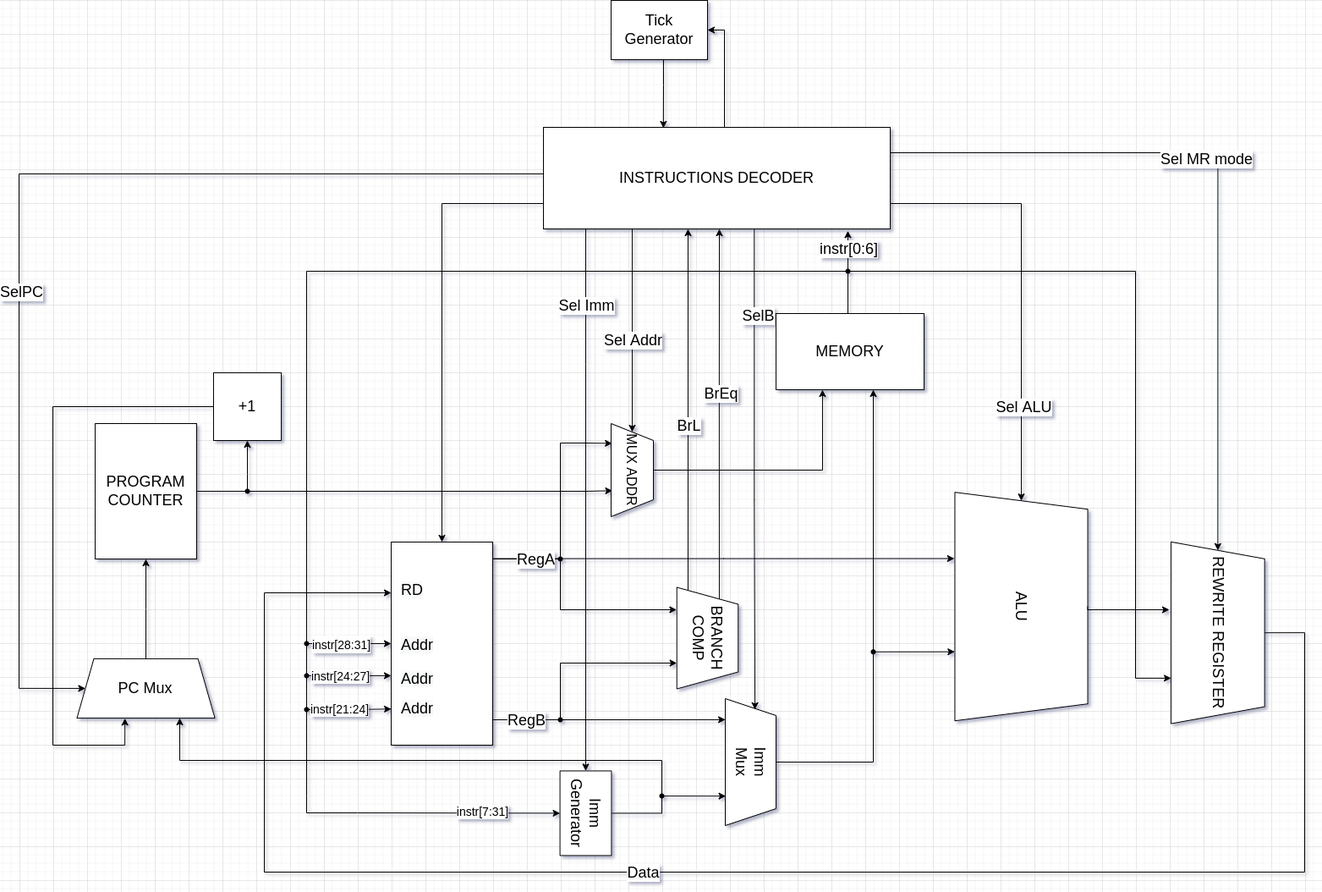
Earlier version of the draw.io export Scheme.png (rkrisanoff/risc-virtual-machine). Source tidied: cells renumbered, new cells last; positions are measured from the earlier drawing's top-left corner, leaving out a move shared by most shapes.
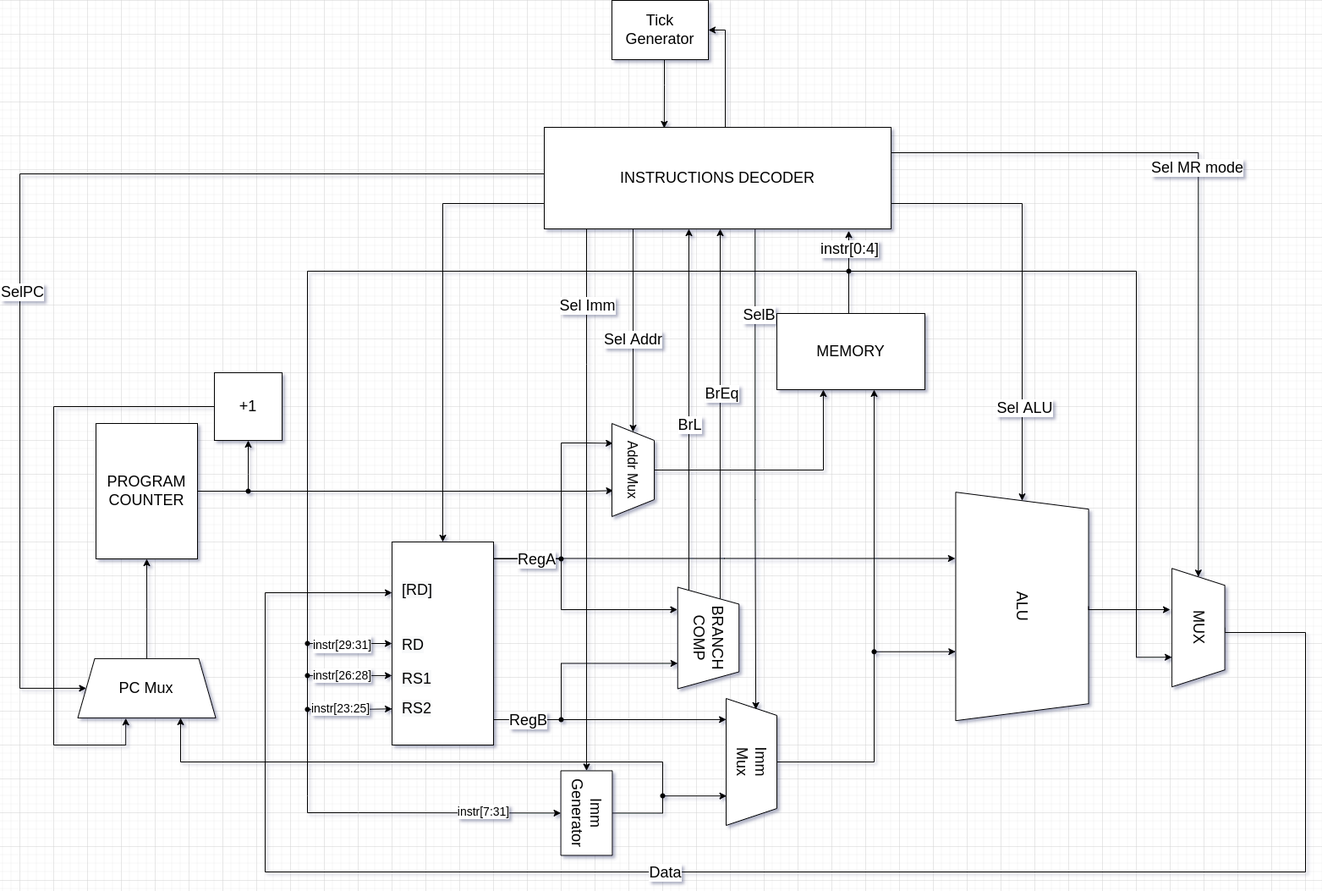
The same file after the commit.

Commit message:
fixed bites on scheme of datapath&control unit

What changed in the source:
```diff
@@ -7,9 +7,8 @@
         <mxPoint x="760" y="940" as="sourcePoint" />
         <mxPoint x="190" y="847.9" as="targetPoint" />
         <Array as="points">
-          <mxPoint x="760" y="938" />
-          <mxPoint x="760" y="898" />
-          <mxPoint x="190" y="898" />
+          <mxPoint x="760" y="900" />
+          <mxPoint x="190" y="900" />
         </Array>
       </mxGeometry>
     </mxCell>
@@ -159,7 +158,7 @@
     <mxCell id="29" style="edgeStyle=orthogonalEdgeStyle;rounded=0;jettySize=auto;html=1;fontSize=18;entryX=0;entryY=0.5;entryDx=0;entryDy=0;exitX=1;exitY=0.25;exitDx=0;exitDy=0;" parent="1" edge="1" source="19" target="31">
       <mxGeometry relative="1" as="geometry">
         <Array as="points">
-          <mxPoint x="1417" y="180" />
+          <mxPoint x="1393" y="180" />
         </Array>
       </mxGeometry>
     </mxCell>
@@ -168,8 +167,8 @@
         <mxPoint y="5" as="offset" />
       </mxGeometry>
     </mxCell>
-    <mxCell id="31" value="REWRITE REGISTER" style="shape=trapezoid;perimeter=trapezoidPerimeter;whiteSpace=wrap;html=1;fixedSize=1;fontSize=18;rotation=90;" parent="1" vertex="1">
-      <mxGeometry x="1310" y="691.9" width="214.7" height="110.6" as="geometry" />
+    <mxCell id="31" value="MUX" style="shape=trapezoid;perimeter=trapezoidPerimeter;whiteSpace=wrap;html=1;fixedSize=1;fontSize=18;rotation=90;" parent="1" vertex="1">
+      <mxGeometry x="1323.3" y="710" width="140" height="62.5" as="geometry" />
     </mxCell>
     <mxCell id="32" style="edgeStyle=orthogonalEdgeStyle;rounded=0;jettySize=auto;html=1;exitX=0;exitY=0.25;exitDx=0;exitDy=0;" parent="1" edge="1" source="36">
       <mxGeometry relative="1" as="geometry">
@@ -275,7 +274,7 @@
         </Array>
       </mxGeometry>
     </mxCell>
-    <mxCell id="50" value="&lt;font style=&quot;font-size: 14px;&quot;&gt;instr[28:31]&lt;/font&gt;" style="edgeLabel;html=1;align=center;verticalAlign=middle;fontSize=18;" parent="49" vertex="1">
+    <mxCell id="50" value="&lt;font style=&quot;font-size: 14px;&quot;&gt;instr[29:31]&lt;/font&gt;" style="edgeLabel;html=1;align=center;verticalAlign=middle;fontSize=18;" parent="49" vertex="1">
       <mxGeometry x="0.2" y="-1" relative="1" as="geometry">
         <mxPoint x="-20" y="-1" as="offset" />
       </mxGeometry>
@@ -283,7 +282,7 @@
     <mxCell id="51" style="edgeStyle=orthogonalEdgeStyle;rounded=0;jettySize=auto;html=1;entryX=0.001;entryY=0.822;entryDx=0;entryDy=0;entryPerimeter=0;fontSize=18;" parent="1" edge="1" source="54" target="80">
       <mxGeometry relative="1" as="geometry" />
     </mxCell>
-    <mxCell id="52" value="instr[21:24]" style="edgeLabel;html=1;align=center;verticalAlign=middle;fontSize=14;" parent="51" vertex="1">
+    <mxCell id="52" value="instr[23:25]" style="edgeLabel;html=1;align=center;verticalAlign=middle;fontSize=14;" parent="51" vertex="1">
       <mxGeometry x="-0.23" y="1" relative="1" as="geometry" />
     </mxCell>
     <mxCell id="53" style="edgeStyle=orthogonalEdgeStyle;rounded=0;jettySize=auto;html=1;fontSize=18;endArrow=none;endFill=0;" parent="1" edge="1" source="54">
@@ -326,7 +325,7 @@
         </Array>
       </mxGeometry>
     </mxCell>
-    <mxCell id="59" value="&lt;font style=&quot;font-size: 14px;&quot;&gt;instr[24:27]&lt;/font&gt;" style="edgeLabel;html=1;align=center;verticalAlign=middle;fontSize=14;" parent="58" vertex="1">
+    <mxCell id="59" value="&lt;font style=&quot;font-size: 14px;&quot;&gt;instr[26:28]&lt;/font&gt;" style="edgeLabel;html=1;align=center;verticalAlign=middle;fontSize=14;" parent="58" vertex="1">
       <mxGeometry x="0.04" relative="1" as="geometry">
         <mxPoint x="6" as="offset" />
       </mxGeometry>
@@ -390,7 +389,7 @@
         <mxPoint x="-1" y="-93" as="offset" />
       </mxGeometry>
     </mxCell>
-    <mxCell id="72" value="&lt;font style=&quot;font-size: 16px;&quot;&gt;MUX ADDR&lt;/font&gt;" style="shape=trapezoid;perimeter=trapezoidPerimeter;whiteSpace=wrap;html=1;fixedSize=1;rotation=90;" parent="1" vertex="1">
+    <mxCell id="72" value="&lt;font style=&quot;font-size: 16px;&quot;&gt;Addr Mux&lt;br&gt;&lt;/font&gt;" style="shape=trapezoid;perimeter=trapezoidPerimeter;whiteSpace=wrap;html=1;fixedSize=1;rotation=90;" parent="1" vertex="1">
       <mxGeometry x="670" y="530" width="110" height="50" as="geometry" />
     </mxCell>
     <mxCell id="73" style="edgeStyle=orthogonalEdgeStyle;rounded=0;jettySize=auto;html=1;" parent="1" edge="1" source="74">
@@ -412,7 +411,7 @@
     <mxCell id="76" style="edgeStyle=orthogonalEdgeStyle;rounded=0;jettySize=auto;html=1;entryX=0.878;entryY=1.019;entryDx=0;entryDy=0;entryPerimeter=0;fontSize=18;endArrow=classic;endFill=1;" parent="1" edge="1" source="78" target="19">
       <mxGeometry relative="1" as="geometry" />
     </mxCell>
-    <mxCell id="77" value="instr[0:6]" style="edgeLabel;html=1;align=center;verticalAlign=middle;fontSize=18;" parent="76" vertex="1">
+    <mxCell id="77" value="instr[0:4]" style="edgeLabel;html=1;align=center;verticalAlign=middle;fontSize=18;" parent="76" vertex="1">
       <mxGeometry x="-0.2" relative="1" as="geometry" />
     </mxCell>
     <mxCell id="78" style="shape=waypoint;sketch=0;fillStyle=solid;size=6;points=[];fillColor=none;perimeter=centerPerimeter;snapToPoint=1;fontSize=16;" parent="1" vertex="1">
@@ -424,16 +423,16 @@
     <mxCell id="80" style="rounded=0;whiteSpace=wrap;html=1;fontSize=18;" parent="79" vertex="1">
       <mxGeometry width="120" height="240" as="geometry" />
     </mxCell>
-    <mxCell id="81" value="&lt;span style=&quot;color: rgb(0, 0, 0); font-family: Helvetica; font-size: 18px; font-style: normal; font-variant-ligatures: normal; font-variant-caps: normal; font-weight: 400; letter-spacing: normal; orphans: 2; text-align: center; text-indent: 0px; text-transform: none; widows: 2; word-spacing: 0px; -webkit-text-stroke-width: 0px; background-color: rgb(248, 249, 250); text-decoration-thickness: initial; text-decoration-style: initial; text-decoration-color: initial; float: none; display: inline !important;&quot;&gt;RD&lt;/span&gt;" style="text;whiteSpace=wrap;html=1;fontSize=18;" parent="79" vertex="1">
+    <mxCell id="81" value="&lt;span style=&quot;color: rgb(0, 0, 0); font-family: Helvetica; font-size: 18px; font-style: normal; font-variant-ligatures: normal; font-variant-caps: normal; font-weight: 400; letter-spacing: normal; orphans: 2; text-align: center; text-indent: 0px; text-transform: none; widows: 2; word-spacing: 0px; -webkit-text-stroke-width: 0px; background-color: rgb(248, 249, 250); text-decoration-thickness: initial; text-decoration-style: initial; text-decoration-color: initial; float: none; display: inline !important;&quot;&gt;[RD]&lt;/span&gt;" style="text;whiteSpace=wrap;html=1;fontSize=18;" parent="79" vertex="1">
       <mxGeometry x="10" y="40" width="70" height="50" as="geometry" />
     </mxCell>
-    <mxCell id="82" value="&lt;span style=&quot;color: rgb(0, 0, 0); font-family: Helvetica; font-size: 18px; font-style: normal; font-variant-ligatures: normal; font-variant-caps: normal; font-weight: 400; letter-spacing: normal; orphans: 2; text-align: center; text-indent: 0px; text-transform: none; widows: 2; word-spacing: 0px; -webkit-text-stroke-width: 0px; background-color: rgb(248, 249, 250); text-decoration-thickness: initial; text-decoration-style: initial; text-decoration-color: initial; float: none; display: inline !important;&quot;&gt;Addr&lt;/span&gt;" style="text;whiteSpace=wrap;html=1;fontSize=18;" parent="79" vertex="1">
+    <mxCell id="82" value="&lt;span style=&quot;color: rgb(0, 0, 0); font-family: Helvetica; font-size: 18px; font-style: normal; font-variant-ligatures: normal; font-variant-caps: normal; font-weight: 400; letter-spacing: normal; orphans: 2; text-align: center; text-indent: 0px; text-transform: none; widows: 2; word-spacing: 0px; -webkit-text-stroke-width: 0px; background-color: rgb(248, 249, 250); text-decoration-thickness: initial; text-decoration-style: initial; text-decoration-color: initial; float: none; display: inline !important;&quot;&gt;RD&lt;/span&gt;" style="text;whiteSpace=wrap;html=1;fontSize=18;" parent="79" vertex="1">
       <mxGeometry x="10" y="104.7" width="70" height="50" as="geometry" />
     </mxCell>
-    <mxCell id="83" value="&lt;span style=&quot;color: rgb(0, 0, 0); font-family: Helvetica; font-size: 18px; font-style: normal; font-variant-ligatures: normal; font-variant-caps: normal; font-weight: 400; letter-spacing: normal; orphans: 2; text-align: center; text-indent: 0px; text-transform: none; widows: 2; word-spacing: 0px; -webkit-text-stroke-width: 0px; background-color: rgb(248, 249, 250); text-decoration-thickness: initial; text-decoration-style: initial; text-decoration-color: initial; float: none; display: inline !important;&quot;&gt;Addr&lt;/span&gt;" style="text;whiteSpace=wrap;html=1;fontSize=18;" parent="79" vertex="1">
+    <mxCell id="83" value="&lt;div style=&quot;text-align: center;&quot;&gt;&lt;span style=&quot;background-color: rgb(248, 249, 250);&quot;&gt;RS1&lt;/span&gt;&lt;/div&gt;" style="text;whiteSpace=wrap;html=1;fontSize=18;" parent="79" vertex="1">
       <mxGeometry x="10" y="144.7" width="70" height="50" as="geometry" />
     </mxCell>
-    <mxCell id="84" value="&lt;span style=&quot;color: rgb(0, 0, 0); font-family: Helvetica; font-size: 18px; font-style: normal; font-variant-ligatures: normal; font-variant-caps: normal; font-weight: 400; letter-spacing: normal; orphans: 2; text-align: center; text-indent: 0px; text-transform: none; widows: 2; word-spacing: 0px; -webkit-text-stroke-width: 0px; background-color: rgb(248, 249, 250); text-decoration-thickness: initial; text-decoration-style: initial; text-decoration-color: initial; float: none; display: inline !important;&quot;&gt;Addr&lt;/span&gt;" style="text;whiteSpace=wrap;html=1;fontSize=18;" parent="79" vertex="1">
+    <mxCell id="84" value="&lt;span style=&quot;color: rgb(0, 0, 0); font-family: Helvetica; font-size: 18px; font-style: normal; font-variant-ligatures: normal; font-variant-caps: normal; font-weight: 400; letter-spacing: normal; orphans: 2; text-align: center; text-indent: 0px; text-transform: none; widows: 2; word-spacing: 0px; -webkit-text-stroke-width: 0px; background-color: rgb(248, 249, 250); text-decoration-thickness: initial; text-decoration-style: initial; text-decoration-color: initial; float: none; display: inline !important;&quot;&gt;RS2&lt;/span&gt;" style="text;whiteSpace=wrap;html=1;fontSize=18;" parent="79" vertex="1">
       <mxGeometry x="10" y="180" width="70" height="50" as="geometry" />
     </mxCell>
     <mxCell id="85" value="&lt;font style=&quot;font-size: 18px;&quot;&gt;MEMORY&lt;/font&gt;" style="rounded=0;whiteSpace=wrap;html=1;" parent="1" vertex="1">
```
